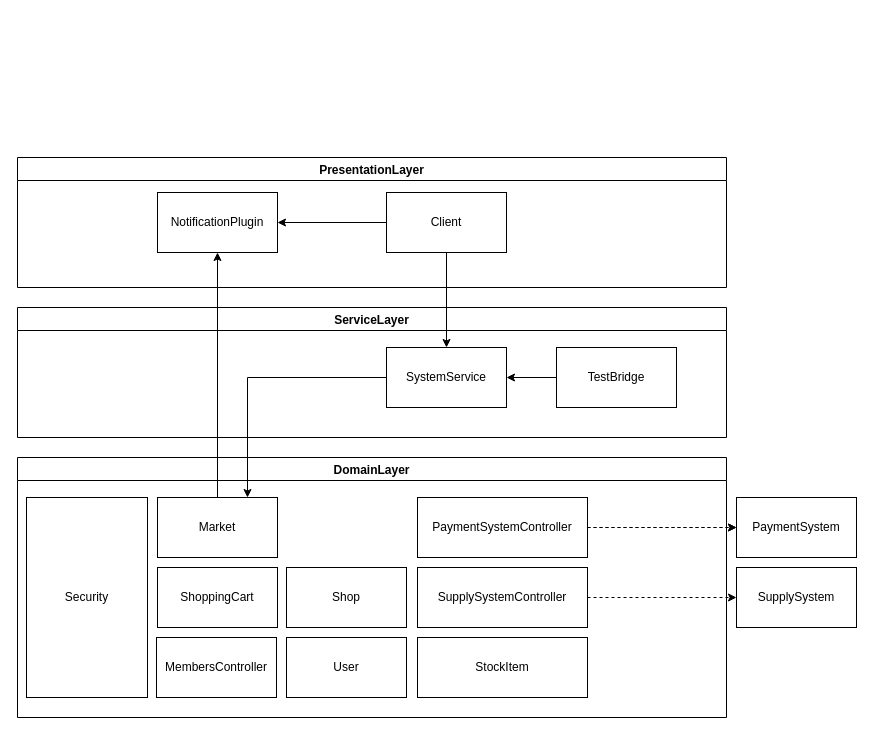
The draw.io diagram Docs/V2_Architecture.drawio in mikecprogram/workshop-special-potato-shuk, before the edit. Source tidied: cells renumbered, new cells numbered last; positions are measured from the earlier drawing's top-left corner, leaving out a move shared by most shapes. Both pictures are drawn from the tidied source at 100%, with x=0, y=0 at pixel (17, 157).
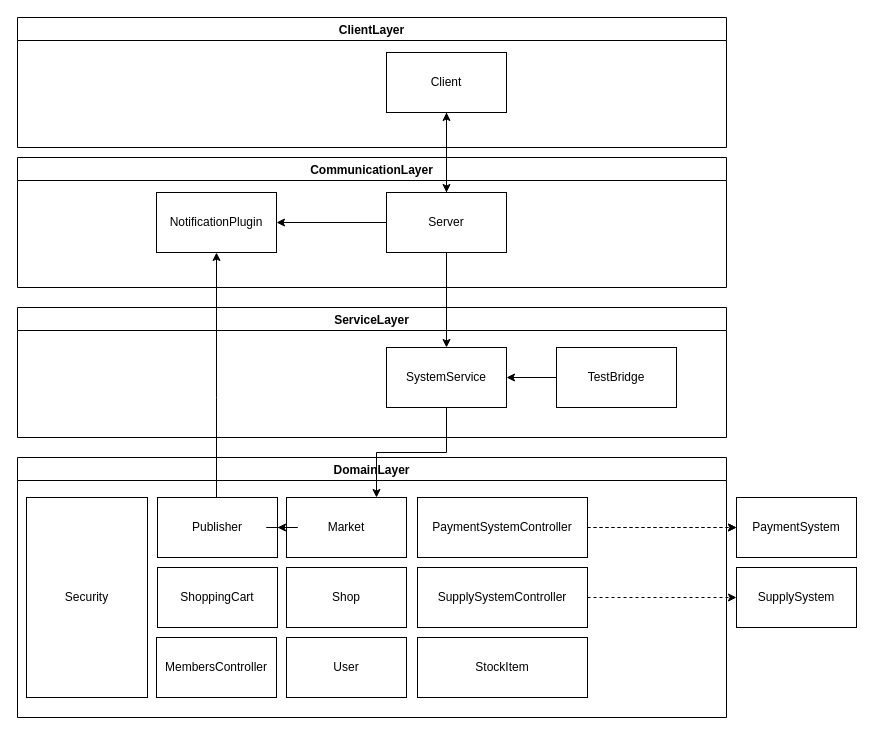
After the change.

The change refers to these unchanged cells:
```xml
<mxCell id="4" value="DomainLayer" style="swimlane;" parent="1" vertex="1">
  <mxGeometry y="300" width="709" height="260" as="geometry" />
</mxCell>
<mxCell id="19" value="SystemService" style="rounded=0;whiteSpace=wrap;html=1;" parent="16" vertex="1">
  <mxGeometry x="369" y="40" width="120" height="60" as="geometry" />
</mxCell>
<mxCell id="24" value="Client" style="rounded=0;whiteSpace=wrap;html=1;" parent="23" vertex="1">
  <mxGeometry x="369" y="35" width="120" height="60" as="geometry" />
</mxCell>
```

Change to the diagram source:
```diff
@@
     <mxCell id="5" value="Market" style="rounded=0;whiteSpace=wrap;html=1;" parent="4" vertex="1">
-      <mxGeometry x="140" y="40" width="120" height="60" as="geometry" />
+      <mxGeometry x="269" y="40" width="120" height="60" as="geometry" />
     </mxCell>
@@
+    <mxCell id="29" value="&lt;div style=&quot;text-align: left;&quot;&gt;&lt;span style=&quot;background-color: initial;&quot;&gt;Publisher&lt;/span&gt;&lt;/div&gt;" style="rounded=0;whiteSpace=wrap;html=1;" parent="4" vertex="1">
+      <mxGeometry x="140" y="40" width="120" height="60" as="geometry" />
+    </mxCell>
+    <mxCell id="28" style="edgeStyle=orthogonalEdgeStyle;rounded=0;jettySize=auto;html=1;entryX=1;entryY=0.5;entryDx=0;entryDy=0;" parent="4" edge="1" source="5" target="29">
+      <mxGeometry relative="1" as="geometry" />
+    </mxCell>
@@
-    <mxCell id="23" value="PresentationLayer" style="swimlane;startSize=23;" parent="1" vertex="1">
-      <mxGeometry width="709" height="130" as="geometry" />
+    <mxCell id="23" value="ClientLayer" style="swimlane;startSize=23;" parent="1" vertex="1">
+      <mxGeometry y="-140" width="709" height="130" as="geometry" />
     </mxCell>
@@
+    <mxCell id="30" value="CommunicationLayer" style="swimlane;startSize=23;" parent="1" vertex="1">
+      <mxGeometry width="709" height="130" as="geometry" />
+    </mxCell>
+    <mxCell id="31" value="Server" style="rounded=0;whiteSpace=wrap;html=1;" parent="30" vertex="1">
+      <mxGeometry x="369" y="35" width="120" height="60" as="geometry" />
+    </mxCell>
-    <mxCell id="25" value="&lt;span style=&quot;text-align: left&quot;&gt;NotificationPlugin&lt;/span&gt;" style="rounded=0;whiteSpace=wrap;html=1;" parent="23" vertex="1">
-      <mxGeometry x="140" y="35" width="120" height="60" as="geometry" />
+    <mxCell id="25" value="&lt;span style=&quot;text-align: left&quot;&gt;NotificationPlugin&lt;/span&gt;" style="rounded=0;whiteSpace=wrap;html=1;" parent="30" vertex="1">
+      <mxGeometry x="139" y="35" width="120" height="60" as="geometry" />
     </mxCell>
-    <mxCell id="26" style="edgeStyle=orthogonalEdgeStyle;rounded=0;jettySize=auto;html=1;" parent="23" edge="1" source="24" target="25">
-      <mxGeometry relative="1" as="geometry" />
-    </mxCell>
-    <mxCell id="27" style="edgeStyle=orthogonalEdgeStyle;rounded=0;jettySize=auto;html=1;" parent="1" edge="1" source="24" target="19">
-      <mxGeometry relative="1" as="geometry" />
-    </mxCell>
-    <mxCell id="28" style="edgeStyle=orthogonalEdgeStyle;rounded=0;jettySize=auto;html=1;" parent="1" edge="1" source="5" target="25">
-      <mxGeometry relative="1" as="geometry" />
-    </mxCell>
+    <mxCell id="32" style="edgeStyle=orthogonalEdgeStyle;rounded=0;jettySize=auto;html=1;entryX=1;entryY=0.5;entryDx=0;entryDy=0;" parent="30" edge="1" source="31" target="25">
+      <mxGeometry relative="1" as="geometry" />
+    </mxCell>
+    <mxCell id="33" style="edgeStyle=orthogonalEdgeStyle;rounded=0;jettySize=auto;html=1;entryX=0.5;entryY=0;entryDx=0;entryDy=0;" parent="1" edge="1" source="24" target="31">
+      <mxGeometry relative="1" as="geometry" />
+    </mxCell>
+    <mxCell id="34" style="edgeStyle=orthogonalEdgeStyle;rounded=0;jettySize=auto;html=1;entryX=0.5;entryY=1;entryDx=0;entryDy=0;" parent="1" edge="1" source="31" target="24">
+      <mxGeometry relative="1" as="geometry" />
+    </mxCell>
+    <mxCell id="35" style="edgeStyle=orthogonalEdgeStyle;rounded=0;jettySize=auto;html=1;entryX=0.5;entryY=0;entryDx=0;entryDy=0;" parent="1" edge="1" source="31" target="19">
+      <mxGeometry relative="1" as="geometry" />
+    </mxCell>
+    <mxCell id="36" style="edgeStyle=orthogonalEdgeStyle;rounded=0;jettySize=auto;html=1;entryX=0.5;entryY=1;entryDx=0;entryDy=0;" parent="1" edge="1" source="29" target="25">
+      <mxGeometry relative="1" as="geometry">
+        <Array as="points">
+          <mxPoint x="199" y="240" />
+          <mxPoint x="199" y="240" />
+        </Array>
+      </mxGeometry>
+    </mxCell>
```
